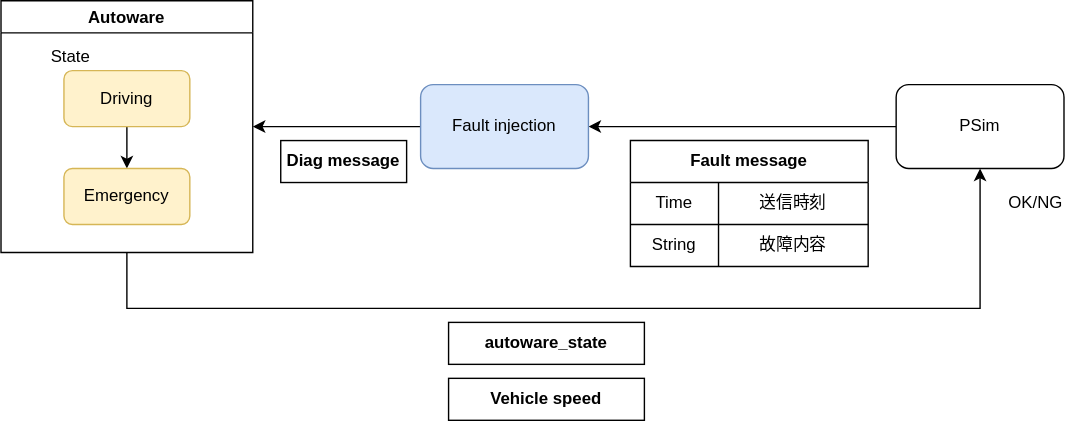
This is tree/main/simulator/util/fault_injection/img/component.drawio.svg from loop-perception/AutowareArchitectureProposal.iv, a draw.io export, as it was before one commit. Source tidied: cells renumbered, new cells last; positions are measured from the earlier drawing's top-left corner, leaving out a move shared by most shapes.
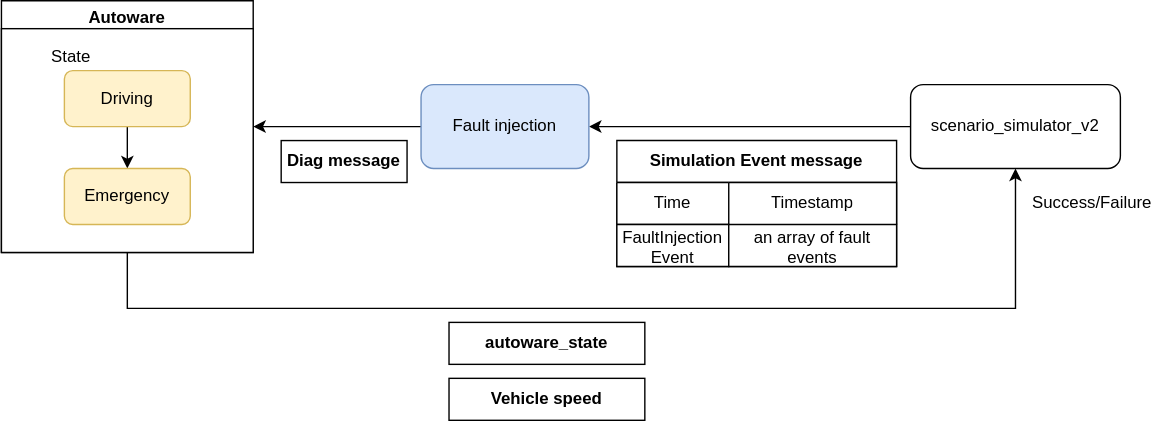
Above is the later version.

What changed in the source:
```diff
@@ -6,13 +6,16 @@
       <mxGeometry relative="1" as="geometry">
         <Array as="points">
           <mxPoint x="90" y="220" />
-          <mxPoint x="700" y="220" />
+          <mxPoint x="725" y="220" />
         </Array>
       </mxGeometry>
     </mxCell>
     <mxCell id="3" value="Autoware" style="swimlane;" parent="1" vertex="1">
       <mxGeometry width="180" height="180" as="geometry" />
     </mxCell>
+    <mxCell id="23" style="rounded=0;whiteSpace=wrap;html=1;fillColor=default;" parent="3" vertex="1">
+      <mxGeometry y="20" width="180" height="160" as="geometry" />
+    </mxCell>
     <mxCell id="4" style="edgeStyle=orthogonalEdgeStyle;rounded=0;jettySize=auto;html=1;exitX=0.5;exitY=1;exitDx=0;exitDy=0;entryX=0.5;entryY=0;entryDx=0;entryDy=0;" parent="3" edge="1" source="5" target="6">
       <mxGeometry relative="1" as="geometry" />
     </mxCell>
@@ -28,8 +31,8 @@
     <mxCell id="8" style="edgeStyle=orthogonalEdgeStyle;rounded=0;jettySize=auto;html=1;exitX=0;exitY=0.5;exitDx=0;exitDy=0;entryX=1;entryY=0.5;entryDx=0;entryDy=0;" parent="1" edge="1" source="9" target="11">
       <mxGeometry relative="1" as="geometry" />
     </mxCell>
-    <mxCell id="9" value="PSim" style="rounded=1;whiteSpace=wrap;html=1;" parent="1" vertex="1">
-      <mxGeometry x="640" y="60" width="120" height="60" as="geometry" />
+    <mxCell id="9" value="scenario_simulator_v2" style="rounded=1;whiteSpace=wrap;html=1;fillColor=#FFFFFF;glass=0;sketch=0;" parent="1" vertex="1">
+      <mxGeometry x="650" y="60" width="150" height="60" as="geometry" />
     </mxCell>
     <mxCell id="10" style="edgeStyle=orthogonalEdgeStyle;rounded=0;jettySize=auto;html=1;exitX=0;exitY=0.5;exitDx=0;exitDy=0;entryX=1;entryY=0.5;entryDx=0;entryDy=0;" parent="1" edge="1" source="11" target="3">
       <mxGeometry relative="1" as="geometry" />
@@ -37,26 +40,26 @@
     <mxCell id="11" value="Fault injection" style="rounded=1;whiteSpace=wrap;html=1;fillColor=#dae8fc;strokeColor=#6c8ebf;" parent="1" vertex="1">
       <mxGeometry x="300" y="60" width="120" height="60" as="geometry" />
     </mxCell>
-    <mxCell id="12" value="Fault message" style="shape=table;html=1;whiteSpace=wrap;startSize=30;fontStyle=1;align=center;" parent="1" vertex="1">
-      <mxGeometry x="450" y="100" width="170" height="90" as="geometry" />
+    <mxCell id="12" value="Simulation Event message" style="shape=table;html=1;whiteSpace=wrap;startSize=30;fontStyle=1;align=center;fillColor=#FFFFFF;strokeColor=#000000;perimeterSpacing=0;strokeWidth=1;sketch=0;" parent="1" vertex="1">
+      <mxGeometry x="440" y="100" width="200" height="90" as="geometry" />
     </mxCell>
     <mxCell id="13" style="shape=partialRectangle;html=1;whiteSpace=wrap;fillColor=none;top=0;left=0;bottom=0;right=0;" parent="12" vertex="1">
-      <mxGeometry y="30" width="170" height="30" as="geometry" />
+      <mxGeometry y="30" width="200" height="30" as="geometry" />
     </mxCell>
-    <mxCell id="14" value="Time" style="shape=partialRectangle;html=1;whiteSpace=wrap;fillColor=none;top=0;left=0;bottom=0;right=0;overflow=hidden;" parent="13" vertex="1">
-      <mxGeometry width="63" height="30" as="geometry" />
+    <mxCell id="14" value="Time" style="shape=partialRectangle;html=1;whiteSpace=wrap;fillColor=default;top=1;left=1;bottom=1;right=0;overflow=hidden;strokeWidth=1;" parent="13" vertex="1">
+      <mxGeometry width="80" height="30" as="geometry" />
     </mxCell>
-    <mxCell id="15" value="送信時刻" style="shape=partialRectangle;html=1;whiteSpace=wrap;fillColor=none;top=0;left=0;bottom=0;right=0;overflow=hidden;" parent="13" vertex="1">
-      <mxGeometry x="63" width="107" height="30" as="geometry" />
+    <mxCell id="15" value="Timestamp" style="shape=partialRectangle;html=1;whiteSpace=wrap;fillColor=default;top=1;left=1;bottom=0;right=1;overflow=hidden;perimeterSpacing=0;strokeWidth=1;" parent="13" vertex="1">
+      <mxGeometry x="80" width="120" height="30" as="geometry" />
     </mxCell>
     <mxCell id="16" style="shape=partialRectangle;html=1;whiteSpace=wrap;fillColor=none;top=0;left=0;bottom=0;right=0;" parent="12" vertex="1">
-      <mxGeometry y="60" width="170" height="30" as="geometry" />
+      <mxGeometry y="60" width="200" height="30" as="geometry" />
     </mxCell>
-    <mxCell id="17" value="String" style="shape=partialRectangle;html=1;whiteSpace=wrap;fillColor=none;top=0;left=0;bottom=0;right=0;overflow=hidden;" parent="16" vertex="1">
-      <mxGeometry width="63" height="30" as="geometry" />
+    <mxCell id="17" value="FaultInjection&lt;br&gt;Event" style="shape=partialRectangle;html=1;whiteSpace=wrap;fillColor=default;top=1;left=1;bottom=1;right=1;overflow=hidden;strokeWidth=1;" parent="16" vertex="1">
+      <mxGeometry width="80" height="30" as="geometry" />
     </mxCell>
-    <mxCell id="18" value="故障内容" style="shape=partialRectangle;html=1;whiteSpace=wrap;fillColor=none;top=0;left=0;bottom=0;right=0;overflow=hidden;" parent="16" vertex="1">
-      <mxGeometry x="63" width="107" height="30" as="geometry" />
+    <mxCell id="18" value="an array of fault events" style="shape=partialRectangle;html=1;whiteSpace=wrap;fillColor=default;top=1;left=1;bottom=1;right=1;overflow=hidden;strokeWidth=1;strokeColor=#000000;sketch=0;" parent="16" vertex="1">
+      <mxGeometry x="80" width="120" height="30" as="geometry" />
     </mxCell>
     <mxCell id="19" value="Diag message" style="rounded=0;whiteSpace=wrap;html=1;fontStyle=1;" parent="1" vertex="1">
       <mxGeometry x="200" y="100" width="90" height="30" as="geometry" />
@@ -64,8 +67,8 @@
     <mxCell id="20" value="autoware_state" style="rounded=0;whiteSpace=wrap;html=1;fontStyle=1;" parent="1" vertex="1">
       <mxGeometry x="320" y="230" width="140" height="30" as="geometry" />
     </mxCell>
-    <mxCell id="21" value="OK/NG" style="text;html=1;strokeColor=none;fillColor=none;align=center;verticalAlign=middle;whiteSpace=wrap;rounded=0;" parent="1" vertex="1">
-      <mxGeometry x="720" y="135" width="40" height="20" as="geometry" />
+    <mxCell id="21" value="Success/Failure" style="text;html=1;strokeColor=none;fillColor=none;align=center;verticalAlign=middle;whiteSpace=wrap;rounded=0;" parent="1" vertex="1">
+      <mxGeometry x="760" y="135" width="40" height="20" as="geometry" />
     </mxCell>
     <mxCell id="22" value="Vehicle speed" style="rounded=0;whiteSpace=wrap;html=1;fontStyle=1;" parent="1" vertex="1">
       <mxGeometry x="320" y="270" width="140" height="30" as="geometry" />
```
